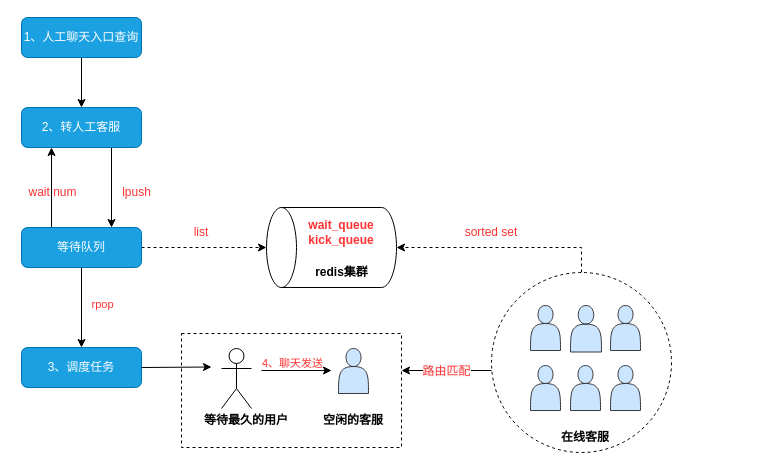
zengcrvip/basedemo keeps this draw.io diagram as page "人工客服接单" (3 of 4) of 流程设计.drawio. Above is the earlier version. Source tidied: cells renumbered, new cells numbered last; positions are measured from the earlier drawing's top-left corner, leaving out a move shared by most shapes. Both pictures are drawn from the tidied source at 100%, with x=0, y=0 at pixel (17, 17).
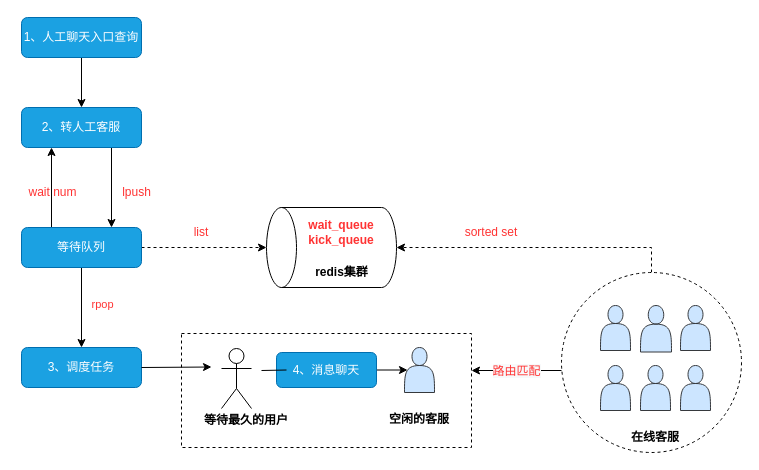
The same diagram, later.

Commit message:
更新流程设计.drawio

What changed in the source:
```diff
@@
     <mxCell id="3" style="ellipse;whiteSpace=wrap;html=1;fontColor=#000000;dashed=1;" parent="1" vertex="1">
-      <mxGeometry x="474" y="255" width="180" height="180" as="geometry" />
+      <mxGeometry x="544" y="255" width="180" height="180" as="geometry" />
     </mxCell>
     <mxCell id="4" style="shape=actor;whiteSpace=wrap;html=1;fillColor=#cce5ff;strokeColor=#36393d;" parent="1" vertex="1">
-      <mxGeometry x="513" y="288" width="30" height="45" as="geometry" />
+      <mxGeometry x="583" y="288" width="30" height="45" as="geometry" />
     </mxCell>
@@
     <mxCell id="20" style="shape=actor;whiteSpace=wrap;html=1;fillColor=#cce5ff;strokeColor=#36393d;" parent="1" vertex="1">
-      <mxGeometry x="553" y="288" width="31" height="46.5" as="geometry" />
+      <mxGeometry x="623" y="288" width="31" height="46.5" as="geometry" />
     </mxCell>
     <mxCell id="21" style="shape=actor;whiteSpace=wrap;html=1;fillColor=#cce5ff;strokeColor=#36393d;" parent="1" vertex="1">
-      <mxGeometry x="593" y="288" width="30" height="45" as="geometry" />
+      <mxGeometry x="663" y="288" width="30" height="45" as="geometry" />
     </mxCell>
     <mxCell id="22" style="shape=actor;whiteSpace=wrap;html=1;fillColor=#cce5ff;strokeColor=#36393d;" parent="1" vertex="1">
-      <mxGeometry x="513" y="348" width="30" height="45" as="geometry" />
+      <mxGeometry x="583" y="348" width="30" height="45" as="geometry" />
     </mxCell>
     <mxCell id="23" style="shape=actor;whiteSpace=wrap;html=1;fillColor=#cce5ff;strokeColor=#36393d;" parent="1" vertex="1">
-      <mxGeometry x="553" y="348" width="30" height="45" as="geometry" />
+      <mxGeometry x="623" y="348" width="30" height="45" as="geometry" />
     </mxCell>
     <mxCell id="24" style="shape=actor;whiteSpace=wrap;html=1;fillColor=#cce5ff;strokeColor=#36393d;" parent="1" vertex="1">
-      <mxGeometry x="593" y="348" width="30" height="45" as="geometry" />
+      <mxGeometry x="663" y="348" width="30" height="45" as="geometry" />
     </mxCell>
     <mxCell id="25" value="&lt;b&gt;在线客服&lt;/b&gt;" style="text;html=1;strokeColor=none;fillColor=none;align=center;verticalAlign=middle;whiteSpace=wrap;rounded=0;dashed=1;fontColor=#000000;" parent="1" vertex="1">
-      <mxGeometry x="538" y="405" width="60" height="30" as="geometry" />
+      <mxGeometry x="608" y="405" width="60" height="30" as="geometry" />
     </mxCell>
     <mxCell id="26" style="rounded=0;whiteSpace=wrap;html=1;dashed=1;fontColor=#000000;" parent="1" vertex="1">
-      <mxGeometry x="164" y="316" width="220" height="114" as="geometry" />
+      <mxGeometry x="164" y="316" width="290" height="114" as="geometry" />
     </mxCell>
     <mxCell id="27" style="shape=actor;whiteSpace=wrap;html=1;fillColor=#cce5ff;strokeColor=#36393d;" parent="1" vertex="1">
-      <mxGeometry x="321" y="331" width="30" height="45" as="geometry" />
+      <mxGeometry x="387" y="330" width="30" height="45" as="geometry" />
     </mxCell>
@@
     <mxCell id="29" value="&lt;b&gt;空闲的客服&lt;/b&gt;" style="text;html=1;strokeColor=none;fillColor=none;align=center;verticalAlign=middle;whiteSpace=wrap;rounded=0;dashed=1;fontColor=#000000;" parent="1" vertex="1">
-      <mxGeometry x="298" y="388" width="76" height="30" as="geometry" />
+      <mxGeometry x="364" y="387" width="76" height="30" as="geometry" />
     </mxCell>
@@
-    <mxCell id="31" style="endArrow=classic;html=1;rounded=0;fontColor=#000000;" parent="1" edge="1">
-      <mxGeometry relative="1" as="geometry">
-        <mxPoint x="244" y="353" as="sourcePoint" />
-        <mxPoint x="314" y="353" as="targetPoint" />
-      </mxGeometry>
+    <mxCell id="31" style="endArrow=classic;html=1;rounded=0;fontColor=#000000;entryX=0.1;entryY=0.5;entryDx=0;entryDy=0;entryPerimeter=0;startArrow=none;" parent="1" edge="1" source="39" target="27">
+      <mxGeometry relative="1" as="geometry" />
     </mxCell>
-    <mxCell id="32" value="4、聊天发送" style="edgeLabel;html=1;align=center;verticalAlign=middle;fontColor=#FF3333;" parent="31" vertex="1">
-      <mxGeometry x="-0.31" y="2" relative="1" as="geometry">
-        <mxPoint x="6" y="-6" as="offset" />
-      </mxGeometry>
-    </mxCell>
@@
     <mxCell id="34" style="endArrow=classic;html=1;rounded=0;fontColor=#000000;" parent="1" edge="1">
       <mxGeometry relative="1" as="geometry">
-        <mxPoint x="474" y="353" as="sourcePoint" />
-        <mxPoint x="384" y="353" as="targetPoint" />
+        <mxPoint x="544" y="353" as="sourcePoint" />
+        <mxPoint x="454" y="353" as="targetPoint" />
       </mxGeometry>
     </mxCell>
@@
+    <mxCell id="39" value="4、消息聊天" style="rounded=1;whiteSpace=wrap;html=1;fillColor=#1ba1e2;fontColor=#ffffff;strokeColor=#006EAF;" parent="1" vertex="1">
+      <mxGeometry x="259" y="335" width="100" height="35" as="geometry" />
+    </mxCell>
+    <mxCell id="40" style="endArrow=none;html=1;rounded=0;fontColor=#000000;entryX=0.1;entryY=0.5;entryDx=0;entryDy=0;entryPerimeter=0;" parent="1" edge="1" target="39">
+      <mxGeometry relative="1" as="geometry">
+        <mxPoint x="244" y="353" as="sourcePoint" />
+      </mxGeometry>
+    </mxCell>
```
